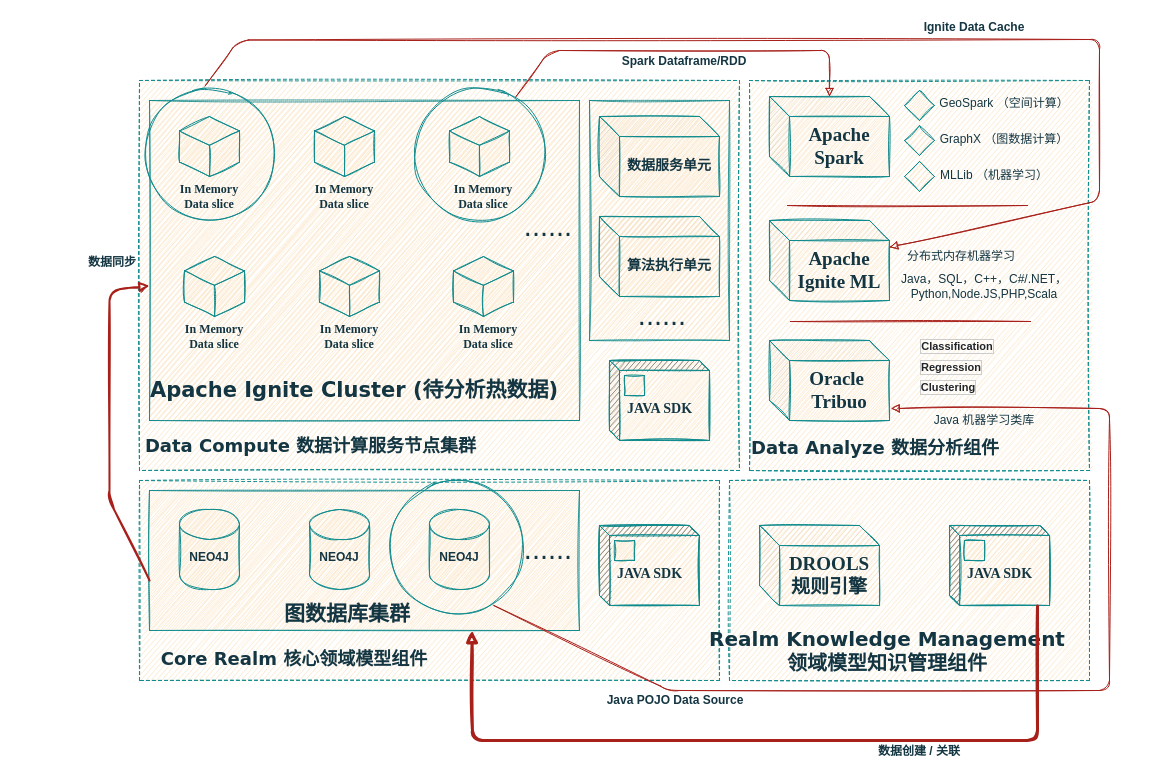
This is Documentation/intro/documentPic/DOCG-Component-WholePicture.drawio from wangyingchu/docg_platform, a draw.io file, before an edit. Source tidied: cells renumbered, new cells numbered last; positions are measured from the earlier drawing's top-left corner, leaving out a move shared by most shapes. Both pictures are drawn from the tidied source at 100%, with x=0, y=0 at pixel (17, 17).
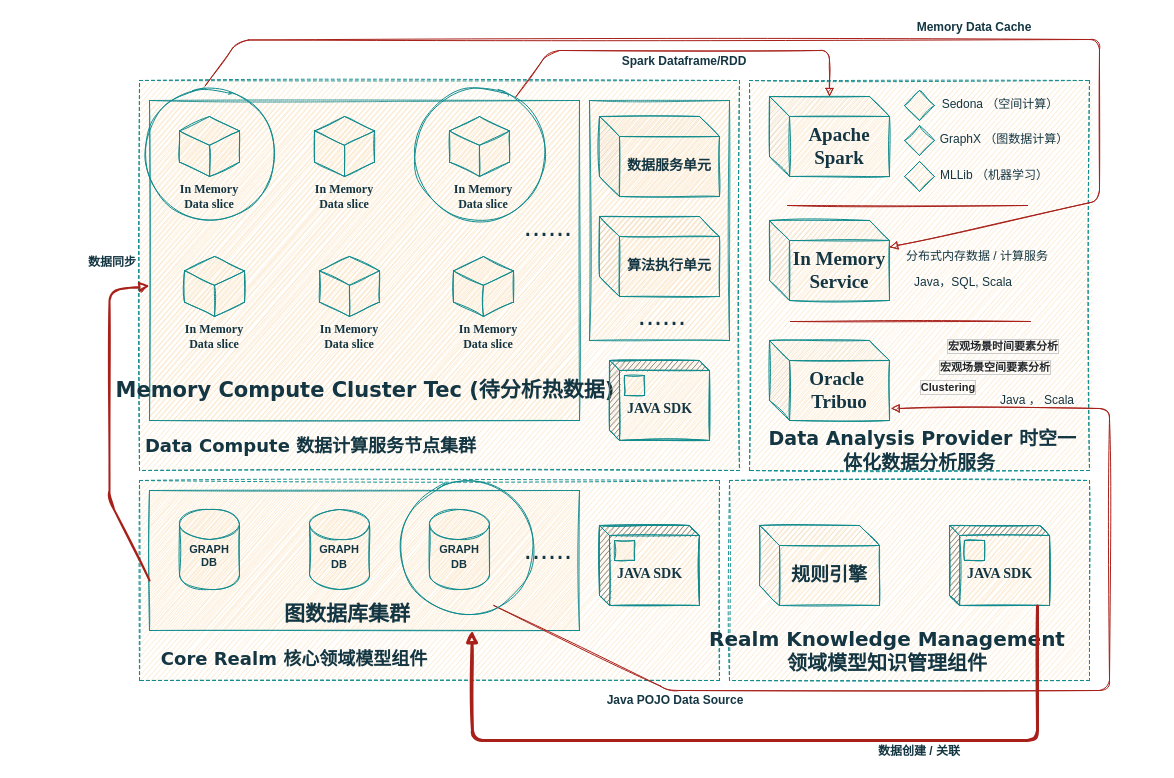
The same diagram, later.

The edit, as a diff of the source:
```diff
@@
-    <mxCell id="8" value="&lt;b&gt;&lt;br&gt;NEO4J&lt;/b&gt;" style="shape=cylinder2;whiteSpace=wrap;html=1;boundedLbl=1;backgroundOutline=1;size=15;strokeColor=#0F8B8D;fillColor=#FAE5C7;sketch=1;labelBackgroundColor=none;fontColor=#143642;" parent="1" vertex="1">
+    <mxCell id="8" value="&lt;b style=&quot;font-size: 11px;&quot;&gt;&lt;br style=&quot;font-size: 11px;&quot;&gt;GRAPH DB&lt;/b&gt;" style="shape=cylinder2;whiteSpace=wrap;html=1;boundedLbl=1;backgroundOutline=1;size=15;strokeColor=#0F8B8D;fillColor=#FAE5C7;sketch=1;labelBackgroundColor=none;fontColor=#143642;fontSize=11;" parent="1" vertex="1">
       <mxGeometry x="162" y="492" width="60" height="80" as="geometry" />
     </mxCell>
-    <mxCell id="9" value="&lt;b&gt;&lt;br&gt;NEO4J&lt;/b&gt;" style="shape=cylinder2;whiteSpace=wrap;html=1;boundedLbl=1;backgroundOutline=1;size=15;strokeColor=#0F8B8D;fillColor=#FAE5C7;sketch=1;labelBackgroundColor=none;fontColor=#143642;" parent="1" vertex="1">
+    <mxCell id="9" value="&lt;b style=&quot;font-size: 11px;&quot;&gt;&lt;br&gt;GRAPH DB&lt;/b&gt;" style="shape=cylinder2;whiteSpace=wrap;html=1;boundedLbl=1;backgroundOutline=1;size=15;strokeColor=#0F8B8D;fillColor=#FAE5C7;sketch=1;labelBackgroundColor=none;fontColor=#143642;" parent="1" vertex="1">
       <mxGeometry x="292" y="492" width="60" height="80" as="geometry" />
     </mxCell>
-    <mxCell id="10" value="&lt;b&gt;&lt;br&gt;NEO4J&lt;/b&gt;" style="shape=cylinder2;whiteSpace=wrap;html=1;boundedLbl=1;backgroundOutline=1;size=15;strokeColor=#0F8B8D;fillColor=#FAE5C7;sketch=1;labelBackgroundColor=none;fontColor=#143642;" parent="1" vertex="1">
+    <mxCell id="10" value="&lt;b style=&quot;font-size: 11px;&quot;&gt;&lt;br&gt;GRAPH DB&lt;/b&gt;" style="shape=cylinder2;whiteSpace=wrap;html=1;boundedLbl=1;backgroundOutline=1;size=15;strokeColor=#0F8B8D;fillColor=#FAE5C7;sketch=1;labelBackgroundColor=none;fontColor=#143642;" parent="1" vertex="1">
       <mxGeometry x="412" y="492" width="60" height="80" as="geometry" />
     </mxCell>
@@
-    <mxCell id="14" value="&lt;font style=&quot;font-size: 19px&quot;&gt;&lt;b&gt;DROOLS&lt;br&gt;规则引擎&lt;/b&gt;&lt;/font&gt;" style="shape=cube;whiteSpace=wrap;html=1;boundedLbl=1;backgroundOutline=1;darkOpacity=0.05;darkOpacity2=0.1;strokeColor=#0F8B8D;fillColor=#FAE5C7;fontFamily=Times New Roman;sketch=1;labelBackgroundColor=none;fontColor=#143642;" parent="1" vertex="1">
+    <mxCell id="14" value="&lt;font style=&quot;font-size: 19px&quot;&gt;&lt;b&gt;规则引擎&lt;/b&gt;&lt;/font&gt;" style="shape=cube;whiteSpace=wrap;html=1;boundedLbl=1;backgroundOutline=1;darkOpacity=0.05;darkOpacity2=0.1;strokeColor=#0F8B8D;fillColor=#FAE5C7;fontFamily=Times New Roman;sketch=1;labelBackgroundColor=none;fontColor=#143642;" parent="1" vertex="1">
       <mxGeometry x="742" y="508" width="120" height="80" as="geometry" />
     </mxCell>
@@
-    <mxCell id="23" value="&lt;font size=&quot;1&quot; face=&quot;Verdana&quot;&gt;&lt;b style=&quot;font-size: 21px&quot;&gt;Apache Ignite Cluster (待分析热数据)&lt;/b&gt;&lt;/font&gt;" style="text;html=1;strokeColor=none;fillColor=none;align=center;verticalAlign=middle;whiteSpace=wrap;fontFamily=Times New Roman;sketch=1;labelBackgroundColor=none;fontColor=#143642;" parent="1" vertex="1">
-      <mxGeometry x="72" y="363" width="530" height="20" as="geometry" />
+    <mxCell id="23" value="&lt;font size=&quot;1&quot; face=&quot;Verdana&quot;&gt;&lt;b style=&quot;font-size: 21px&quot;&gt;Memory Compute Cluster Tec (待分析热数据)&lt;/b&gt;&lt;/font&gt;" style="text;html=1;strokeColor=none;fillColor=none;align=center;verticalAlign=middle;whiteSpace=wrap;fontFamily=Times New Roman;sketch=1;labelBackgroundColor=none;fontColor=#143642;" parent="1" vertex="1">
+      <mxGeometry x="83" y="363" width="530" height="20" as="geometry" />
     </mxCell>
@@
-    <mxCell id="38" value="&lt;font face=&quot;Verdana&quot; size=&quot;1&quot;&gt;&lt;b style=&quot;font-size: 18px&quot;&gt;Data Analyze 数据分析组件&lt;/b&gt;&lt;/font&gt;" style="text;html=1;strokeColor=none;fillColor=none;align=center;verticalAlign=middle;whiteSpace=wrap;fontFamily=Times New Roman;fontSize=26;sketch=1;labelBackgroundColor=none;fontColor=#143642;" parent="1" vertex="1">
-      <mxGeometry x="682" y="418" width="352" height="20" as="geometry" />
+    <mxCell id="38" value="&lt;font face=&quot;Verdana&quot; style=&quot;font-size: 19px;&quot;&gt;&lt;span style=&quot;font-size: 19px;&quot;&gt;&lt;b style=&quot;font-size: 19px;&quot;&gt;&amp;nbsp;Data Analysis Provider&lt;/b&gt;&lt;/span&gt;&lt;b style=&quot;font-size: 19px;&quot;&gt;&amp;nbsp;时空一体化数据分析服务&lt;/b&gt;&lt;/font&gt;" style="text;html=1;strokeColor=none;fillColor=none;align=center;verticalAlign=middle;whiteSpace=wrap;fontFamily=Times New Roman;fontSize=19;sketch=1;labelBackgroundColor=none;fontColor=#143642;" parent="1" vertex="1">
+      <mxGeometry x="742" y="423" width="320" height="20" as="geometry" />
     </mxCell>
@@
-    <mxCell id="43" value="&lt;span style=&quot;font-size: 19px&quot;&gt;&lt;b&gt;Apache Ignite ML&lt;/b&gt;&lt;/span&gt;" style="shape=cube;whiteSpace=wrap;html=1;boundedLbl=1;backgroundOutline=1;darkOpacity=0.05;darkOpacity2=0.1;strokeColor=#0F8B8D;fontFamily=Times New Roman;fillColor=#FAE5C7;sketch=1;labelBackgroundColor=none;fontColor=#143642;" parent="1" vertex="1">
+    <mxCell id="43" value="&lt;span style=&quot;font-size: 19px&quot;&gt;&lt;b&gt;In Memory Service&lt;/b&gt;&lt;/span&gt;" style="shape=cube;whiteSpace=wrap;html=1;boundedLbl=1;backgroundOutline=1;darkOpacity=0.05;darkOpacity2=0.1;strokeColor=#0F8B8D;fontFamily=Times New Roman;fillColor=#FAE5C7;sketch=1;labelBackgroundColor=none;fontColor=#143642;" parent="1" vertex="1">
       <mxGeometry x="752" y="203" width="120" height="80" as="geometry" />
     </mxCell>
@@
-    <mxCell id="49" value="GeoSpark （空间计算）" style="text;html=1;strokeColor=none;fillColor=none;align=center;verticalAlign=middle;whiteSpace=wrap;sketch=1;labelBackgroundColor=none;fontColor=#143642;" parent="1" vertex="1">
-      <mxGeometry x="917" y="76" width="140" height="20" as="geometry" />
+    <mxCell id="49" value="Sedona （空间计算）" style="text;html=1;strokeColor=none;fillColor=none;align=center;verticalAlign=middle;whiteSpace=wrap;sketch=1;labelBackgroundColor=none;fontColor=#143642;" parent="1" vertex="1">
+      <mxGeometry x="913" y="77" width="140" height="20" as="geometry" />
     </mxCell>
@@
-    <mxCell id="59" value="Ignite Data Cache" style="text;html=1;strokeColor=none;fillColor=none;align=center;verticalAlign=middle;whiteSpace=wrap;fontStyle=1;sketch=1;labelBackgroundColor=none;fontColor=#143642;" parent="1" vertex="1">
+    <mxCell id="59" value="Memory Data Cache" style="text;html=1;strokeColor=none;fillColor=none;align=center;verticalAlign=middle;whiteSpace=wrap;fontStyle=1;sketch=1;labelBackgroundColor=none;fontColor=#143642;" parent="1" vertex="1">
       <mxGeometry x="862" width="190" height="20" as="geometry" />
     </mxCell>
     <mxCell id="60" style="ellipse;whiteSpace=wrap;html=1;fillColor=none;sketch=1;labelBackgroundColor=none;strokeColor=#0F8B8D;fontColor=#143642;" parent="1" vertex="1">
-      <mxGeometry x="369.5" y="459.8" width="139.2" height="139.2" as="geometry" />
+      <mxGeometry x="380" y="460.4" width="139.2" height="139.2" as="geometry" />
     </mxCell>
-    <mxCell id="61" value="&lt;span style=&quot;color: rgb(33, 37, 41); font-family: &amp;quot;libre franklin&amp;quot;, helvetica, arial, serif; font-weight: 700; font-size: 11px;&quot;&gt;&lt;font style=&quot;font-size: 11px;&quot;&gt;Classification&lt;/font&gt;&lt;/span&gt;" style="text;html=1;strokeColor=none;fillColor=none;align=center;verticalAlign=middle;fontSize=11;labelBackgroundColor=none;labelBorderColor=#CCCCCC;spacingTop=0;spacing=2;whiteSpace=wrap;horizontal=1;sketch=1;fontColor=#143642;" parent="1" vertex="1">
-      <mxGeometry x="920" y="319" width="40" height="20" as="geometry" />
+    <mxCell id="61" value="&lt;font face=&quot;libre franklin, helvetica, arial, serif&quot; color=&quot;#212529&quot;&gt;&lt;b&gt;宏观场景时间要素分析&lt;/b&gt;&lt;/font&gt;" style="text;html=1;strokeColor=none;fillColor=none;align=center;verticalAlign=middle;fontSize=11;labelBackgroundColor=none;labelBorderColor=#CCCCCC;spacingTop=0;spacing=2;whiteSpace=wrap;horizontal=1;sketch=1;fontColor=#143642;" parent="1" vertex="1">
+      <mxGeometry x="920" y="319" width="132" height="20" as="geometry" />
     </mxCell>
-    <mxCell id="62" value="&lt;font color=&quot;#212529&quot; face=&quot;libre franklin, helvetica, arial, serif&quot;&gt;&lt;b&gt;Regression&lt;/b&gt;&lt;/font&gt;" style="text;html=1;strokeColor=none;fillColor=none;align=center;verticalAlign=middle;fontSize=11;labelBackgroundColor=none;labelBorderColor=#CCCCCC;spacingTop=0;spacing=2;whiteSpace=wrap;horizontal=1;sketch=1;fontColor=#143642;" parent="1" vertex="1">
-      <mxGeometry x="914" y="340" width="40" height="20" as="geometry" />
+    <mxCell id="62" value="&lt;font color=&quot;#212529&quot; face=&quot;libre franklin, helvetica, arial, serif&quot;&gt;&lt;b&gt;宏观场景空间要素分析&lt;/b&gt;&lt;/font&gt;" style="text;html=1;strokeColor=none;fillColor=none;align=center;verticalAlign=middle;fontSize=11;labelBackgroundColor=none;labelBorderColor=#CCCCCC;spacingTop=0;spacing=2;whiteSpace=wrap;horizontal=1;sketch=1;fontColor=#143642;" parent="1" vertex="1">
+      <mxGeometry x="914" y="340" width="128" height="20" as="geometry" />
     </mxCell>
@@
-    <mxCell id="65" value="分布式内存机器学习" style="text;html=1;strokeColor=none;fillColor=none;align=center;verticalAlign=middle;whiteSpace=wrap;fontStyle=0;sketch=1;labelBackgroundColor=none;fontColor=#143642;" parent="1" vertex="1">
-      <mxGeometry x="824" y="229" width="240" height="20" as="geometry" />
+    <mxCell id="65" value="分布式内存数据 / 计算服务" style="text;html=1;strokeColor=none;fillColor=none;align=center;verticalAlign=middle;whiteSpace=wrap;fontStyle=0;sketch=1;labelBackgroundColor=none;fontColor=#143642;" parent="1" vertex="1">
+      <mxGeometry x="840" y="229" width="240" height="20" as="geometry" />
     </mxCell>
-    <mxCell id="66" value="Java 机器学习类库" style="text;html=1;strokeColor=none;fillColor=none;align=center;verticalAlign=middle;whiteSpace=wrap;fontStyle=0;sketch=1;labelBackgroundColor=none;fontColor=#143642;" parent="1" vertex="1">
-      <mxGeometry x="847" y="393" width="240" height="20" as="geometry" />
+    <mxCell id="66" value="Java ， Scala" style="text;html=1;strokeColor=none;fillColor=none;align=center;verticalAlign=middle;whiteSpace=wrap;fontStyle=0;sketch=1;labelBackgroundColor=none;fontColor=#143642;" parent="1" vertex="1">
+      <mxGeometry x="900" y="373" width="240" height="20" as="geometry" />
     </mxCell>
-    <mxCell id="67" value="Java，SQL，C++，C#/.NET，Python,Node.JS,PHP,Scala" style="text;html=1;strokeColor=none;fillColor=none;align=center;verticalAlign=middle;whiteSpace=wrap;fontStyle=0;sketch=1;labelBackgroundColor=none;fontColor=#143642;" parent="1" vertex="1">
-      <mxGeometry x="852" y="259" width="230" height="20" as="geometry" />
+    <mxCell id="67" value="Java，SQL, Scala" style="text;html=1;strokeColor=none;fillColor=none;align=center;verticalAlign=middle;whiteSpace=wrap;fontStyle=0;sketch=1;labelBackgroundColor=none;fontColor=#143642;" parent="1" vertex="1">
+      <mxGeometry x="831" y="255" width="230" height="20" as="geometry" />
     </mxCell>
```
